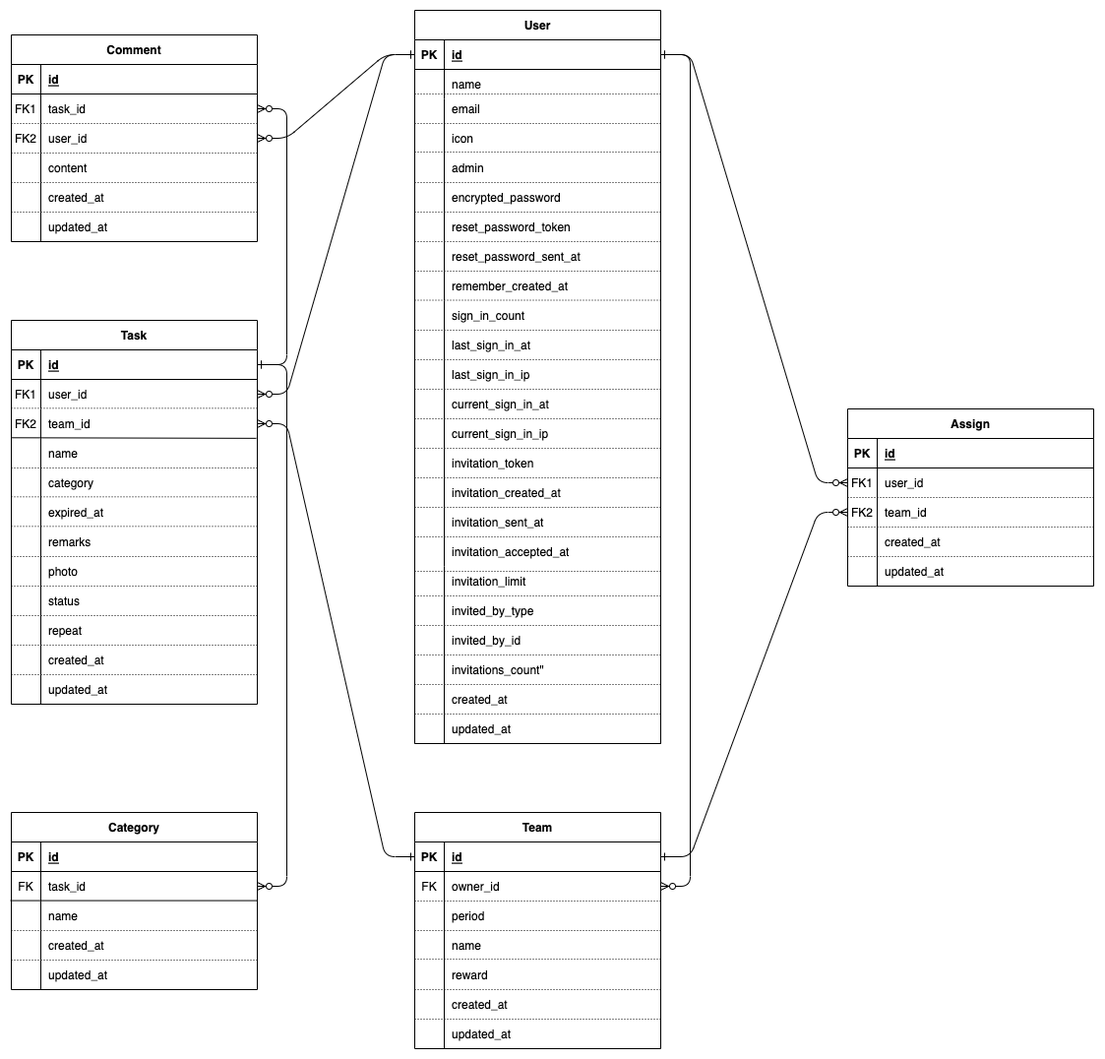
The draw.io diagram img/ER図.png in Asumi8/TOPPA, before a commit. Source tidied: cells renumbered, new cells last; positions are measured from the earlier drawing's top-left corner, leaving out a move shared by most shapes.
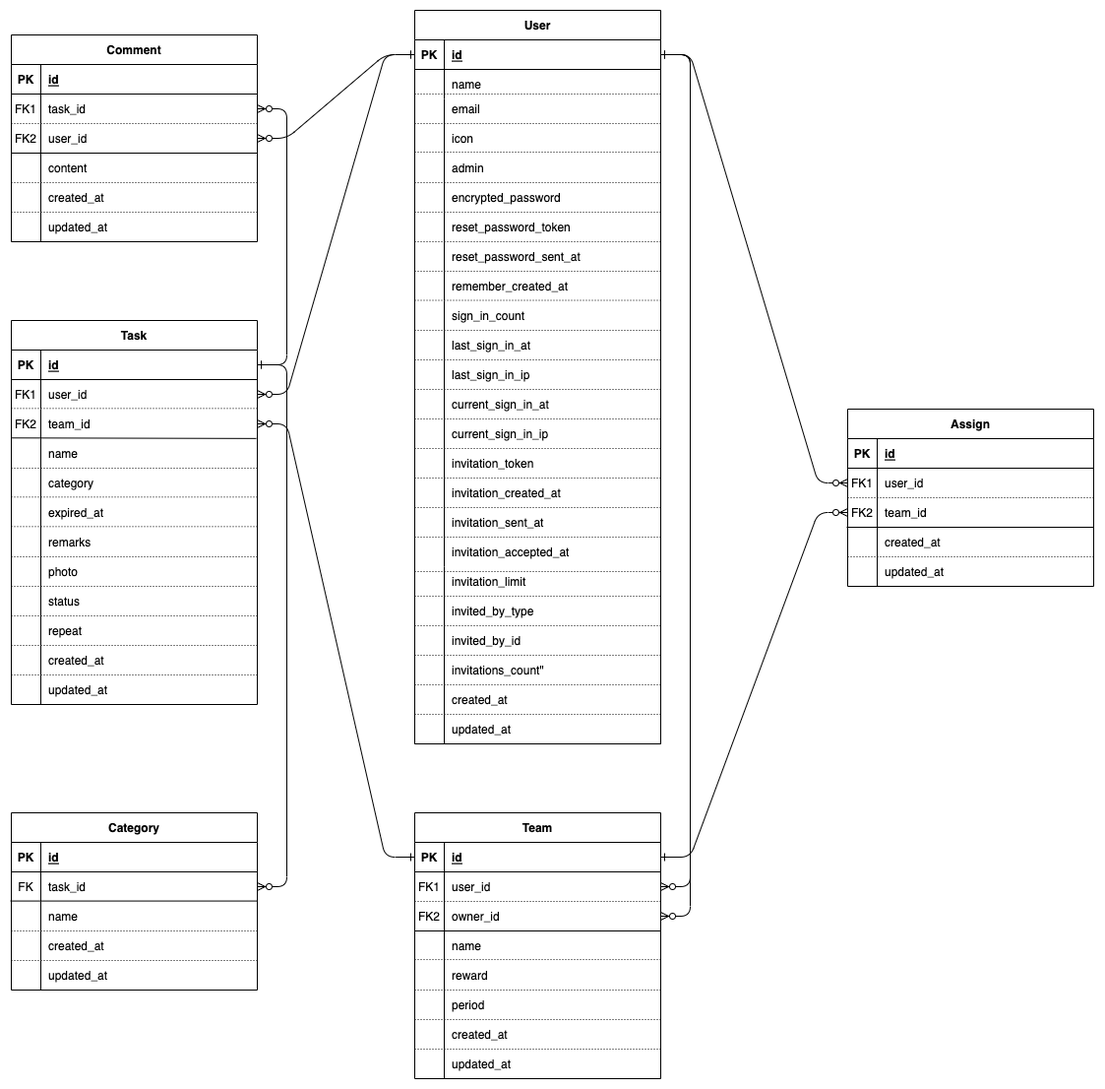
After the commit.

Diff of the diagram source:
```diff
@@ -53,8 +53,13 @@
     <mxCell id="18" value="updated_at" style="shape=partialRectangle;overflow=hidden;fillColor=none;top=0;left=0;bottom=0;right=0;align=left;spacingLeft=6;" parent="16" vertex="1">
       <mxGeometry x="30" width="220" height="30" as="geometry" />
     </mxCell>
+    <mxCell id="261" style="endArrow=none;html=1;rounded=0;entryX=-0.004;entryY=0;entryDx=0;entryDy=0;entryPerimeter=0;" parent="3" edge="1" target="13">
+      <mxGeometry relative="1" as="geometry">
+        <mxPoint x="250" y="120" as="sourcePoint" />
+      </mxGeometry>
+    </mxCell>
     <mxCell id="19" value="Team" style="shape=table;startSize=30;rowLines=0;fontStyle=1;align=center;" parent="1" vertex="1">
-      <mxGeometry x="410" y="815" width="250" height="240" as="geometry" />
+      <mxGeometry x="410" y="815" width="250" height="270" as="geometry" />
     </mxCell>
     <mxCell id="20" style="shape=partialRectangle;fillColor=none;points=[[0,0.5],[1,0.5]];portConstraint=eastwest;top=0;left=0;right=0;bottom=1;" parent="19" vertex="1">
       <mxGeometry y="30" width="250" height="30" as="geometry" />
@@ -65,8 +70,17 @@
     <mxCell id="22" value="id" style="shape=partialRectangle;overflow=hidden;fillColor=none;top=0;left=0;bottom=0;right=0;align=left;spacingLeft=6;fontStyle=5;" parent="20" vertex="1">
       <mxGeometry x="30" width="220" height="30" as="geometry" />
     </mxCell>
+    <mxCell id="262" style="shape=partialRectangle;fillColor=none;points=[[0,0.5],[1,0.5]];portConstraint=eastwest;top=0;left=0;right=0;bottom=0;" parent="19" vertex="1">
+      <mxGeometry y="60" width="250" height="30" as="geometry" />
+    </mxCell>
+    <mxCell id="263" style="shape=partialRectangle;overflow=hidden;fillColor=none;top=0;left=0;bottom=0;right=0;" parent="262" vertex="1">
+      <mxGeometry width="30" height="30" as="geometry" />
+    </mxCell>
+    <mxCell id="264" value="user_id" style="shape=partialRectangle;overflow=hidden;fillColor=none;top=0;left=0;bottom=0;right=0;align=left;spacingLeft=6;" parent="262" vertex="1">
+      <mxGeometry x="30" width="220" height="30" as="geometry" />
+    </mxCell>
     <mxCell id="23" style="shape=partialRectangle;fillColor=none;points=[[0,0.5],[1,0.5]];portConstraint=eastwest;top=0;left=0;right=0;bottom=0;" parent="19" vertex="1">
-      <mxGeometry y="60" width="250" height="30" as="geometry" />
+      <mxGeometry y="90" width="250" height="30" as="geometry" />
     </mxCell>
     <mxCell id="24" style="shape=partialRectangle;overflow=hidden;fillColor=none;top=0;left=0;bottom=0;right=0;" parent="23" vertex="1">
       <mxGeometry width="30" height="30" as="geometry" />
@@ -75,7 +89,7 @@
       <mxGeometry x="30" width="220" height="30" as="geometry" />
     </mxCell>
     <mxCell id="26" style="shape=partialRectangle;fillColor=none;top=0;left=0;right=0;bottom=0;" parent="19" vertex="1">
-      <mxGeometry y="90" width="250" height="30" as="geometry" />
+      <mxGeometry y="120" width="250" height="30" as="geometry" />
     </mxCell>
     <mxCell id="27" style="shape=partialRectangle;overflow=hidden;fillColor=none;top=0;left=0;bottom=0;right=0;" parent="26" vertex="1">
       <mxGeometry width="30" height="30" as="geometry" />
@@ -84,7 +98,7 @@
       <mxGeometry x="30" width="220" height="30" as="geometry" />
     </mxCell>
     <mxCell id="29" style="shape=partialRectangle;fillColor=none;top=0;left=0;right=0;bottom=0;" parent="19" vertex="1">
-      <mxGeometry y="120" width="250" height="30" as="geometry" />
+      <mxGeometry y="150" width="250" height="30" as="geometry" />
     </mxCell>
     <mxCell id="30" style="shape=partialRectangle;overflow=hidden;fillColor=none;top=0;left=0;bottom=0;right=0;" parent="29" vertex="1">
       <mxGeometry width="30" height="30" as="geometry" />
@@ -93,7 +107,7 @@
       <mxGeometry x="30" width="220" height="30" as="geometry" />
     </mxCell>
     <mxCell id="32" style="shape=partialRectangle;fillColor=none;top=0;left=0;right=0;bottom=0;" parent="19" vertex="1">
-      <mxGeometry y="150" width="250" height="30" as="geometry" />
+      <mxGeometry y="180" width="250" height="30" as="geometry" />
     </mxCell>
     <mxCell id="33" style="shape=partialRectangle;overflow=hidden;fillColor=none;top=0;left=0;bottom=0;right=0;" parent="32" vertex="1">
       <mxGeometry width="30" height="30" as="geometry" />
@@ -102,7 +116,7 @@
       <mxGeometry x="30" width="220" height="30" as="geometry" />
     </mxCell>
     <mxCell id="35" style="shape=partialRectangle;fillColor=none;top=0;left=0;right=0;bottom=0;" parent="19" vertex="1">
-      <mxGeometry y="180" width="250" height="30" as="geometry" />
+      <mxGeometry y="210" width="250" height="30" as="geometry" />
     </mxCell>
     <mxCell id="36" style="shape=partialRectangle;overflow=hidden;fillColor=none;top=0;left=0;bottom=0;right=0;" parent="35" vertex="1">
       <mxGeometry width="30" height="30" as="geometry" />
@@ -111,7 +125,7 @@
       <mxGeometry x="30" width="220" height="30" as="geometry" />
     </mxCell>
     <mxCell id="38" style="shape=partialRectangle;fillColor=none;top=0;left=0;right=0;bottom=0;" parent="19" vertex="1">
-      <mxGeometry y="210" width="250" height="30" as="geometry" />
+      <mxGeometry y="240" width="250" height="30" as="geometry" />
     </mxCell>
     <mxCell id="39" style="shape=partialRectangle;overflow=hidden;fillColor=none;top=0;left=0;bottom=0;right=0;" parent="38" vertex="1">
       <mxGeometry width="30" height="30" as="geometry" />
@@ -546,7 +560,7 @@
       <mxGeometry x="440" y="965" width="220" height="30" as="geometry" />
     </mxCell>
     <mxCell id="173" value="period" style="shape=partialRectangle;overflow=hidden;fillColor=none;top=0;left=0;bottom=0;right=0;align=left;spacingLeft=6;" parent="1" vertex="1">
-      <mxGeometry x="440" y="905" width="220" height="30" as="geometry" />
+      <mxGeometry x="440" y="995" width="220" height="30" as="geometry" />
     </mxCell>
     <mxCell id="174" style="endArrow=none;html=1;rounded=0;" parent="1" edge="1">
       <mxGeometry relative="1" as="geometry">
@@ -698,7 +712,7 @@
     <mxCell id="218" style="edgeStyle=entityRelationEdgeStyle;endArrow=ERzeroToMany;startArrow=ERone;endFill=1;startFill=0;exitX=1;exitY=0.5;exitDx=0;exitDy=0;entryX=1;entryY=0.5;entryDx=0;entryDy=0;" parent="1" edge="1" source="42" target="23">
       <mxGeometry relative="1" as="geometry" />
     </mxCell>
-    <mxCell id="219" value="FK" style="shape=partialRectangle;overflow=hidden;fillColor=none;top=0;left=0;bottom=0;right=0;" parent="1" vertex="1">
+    <mxCell id="219" value="FK1" style="shape=partialRectangle;overflow=hidden;fillColor=none;top=0;left=0;bottom=0;right=0;" parent="1" vertex="1">
       <mxGeometry x="410" y="875" width="30" height="30" as="geometry" />
     </mxCell>
     <mxCell id="220" value="name" style="shape=partialRectangle;overflow=hidden;fillColor=none;top=0;left=0;bottom=0;right=0;align=left;spacingLeft=6;" parent="1" vertex="1">
@@ -863,12 +877,6 @@
         <mxPoint x="660" y="745" as="targetPoint" />
       </mxGeometry>
     </mxCell>
-    <mxCell id="250" style="endArrow=none;html=1;rounded=0;dashed=1;dashPattern=1 2;entryX=1;entryY=0.5;entryDx=0;entryDy=0;" parent="1" edge="1">
-      <mxGeometry relative="1" as="geometry">
-        <mxPoint x="850" y="525" as="sourcePoint" />
-        <mxPoint x="1100" y="525" as="targetPoint" />
-      </mxGeometry>
-    </mxCell>
     <mxCell id="251" style="endArrow=none;html=1;rounded=0;dashed=1;dashPattern=1 2;entryX=1;entryY=0.5;entryDx=0;entryDy=0;" parent="1" edge="1">
       <mxGeometry relative="1" as="geometry">
         <mxPoint x="850" y="555" as="sourcePoint" />
@@ -929,5 +937,29 @@
         <mxPoint x="660" y="175" as="targetPoint" />
       </mxGeometry>
     </mxCell>
+    <mxCell id="265" value="FK2" style="shape=partialRectangle;overflow=hidden;fillColor=none;top=0;left=0;bottom=0;right=0;" parent="1" vertex="1">
+      <mxGeometry x="410" y="905" width="30" height="30" as="geometry" />
+    </mxCell>
+    <mxCell id="266" style="edgeStyle=entityRelationEdgeStyle;endArrow=ERzeroToMany;startArrow=ERone;endFill=1;startFill=0;entryX=1;entryY=0.5;entryDx=0;entryDy=0;exitX=1;exitY=0.5;exitDx=0;exitDy=0;" parent="1" edge="1" source="42" target="262">
+      <mxGeometry relative="1" as="geometry" />
+    </mxCell>
+    <mxCell id="267" style="endArrow=none;html=1;rounded=0;dashed=1;dashPattern=1 2;entryX=1;entryY=0.5;entryDx=0;entryDy=0;" parent="1" edge="1">
+      <mxGeometry relative="1" as="geometry">
+        <mxPoint x="410" y="1055" as="sourcePoint" />
+        <mxPoint x="660" y="1055" as="targetPoint" />
+      </mxGeometry>
+    </mxCell>
+    <mxCell id="268" style="endArrow=none;html=1;rounded=0;" parent="1" edge="1">
+      <mxGeometry relative="1" as="geometry">
+        <mxPoint x="410" y="935" as="sourcePoint" />
+        <mxPoint x="660" y="935" as="targetPoint" />
+      </mxGeometry>
+    </mxCell>
+    <mxCell id="269" style="endArrow=none;html=1;rounded=0;" parent="1" edge="1">
+      <mxGeometry relative="1" as="geometry">
+        <mxPoint y="145" as="sourcePoint" />
+        <mxPoint x="250" y="145" as="targetPoint" />
+      </mxGeometry>
+    </mxCell>
   </root>
 </mxGraphModel>
```
